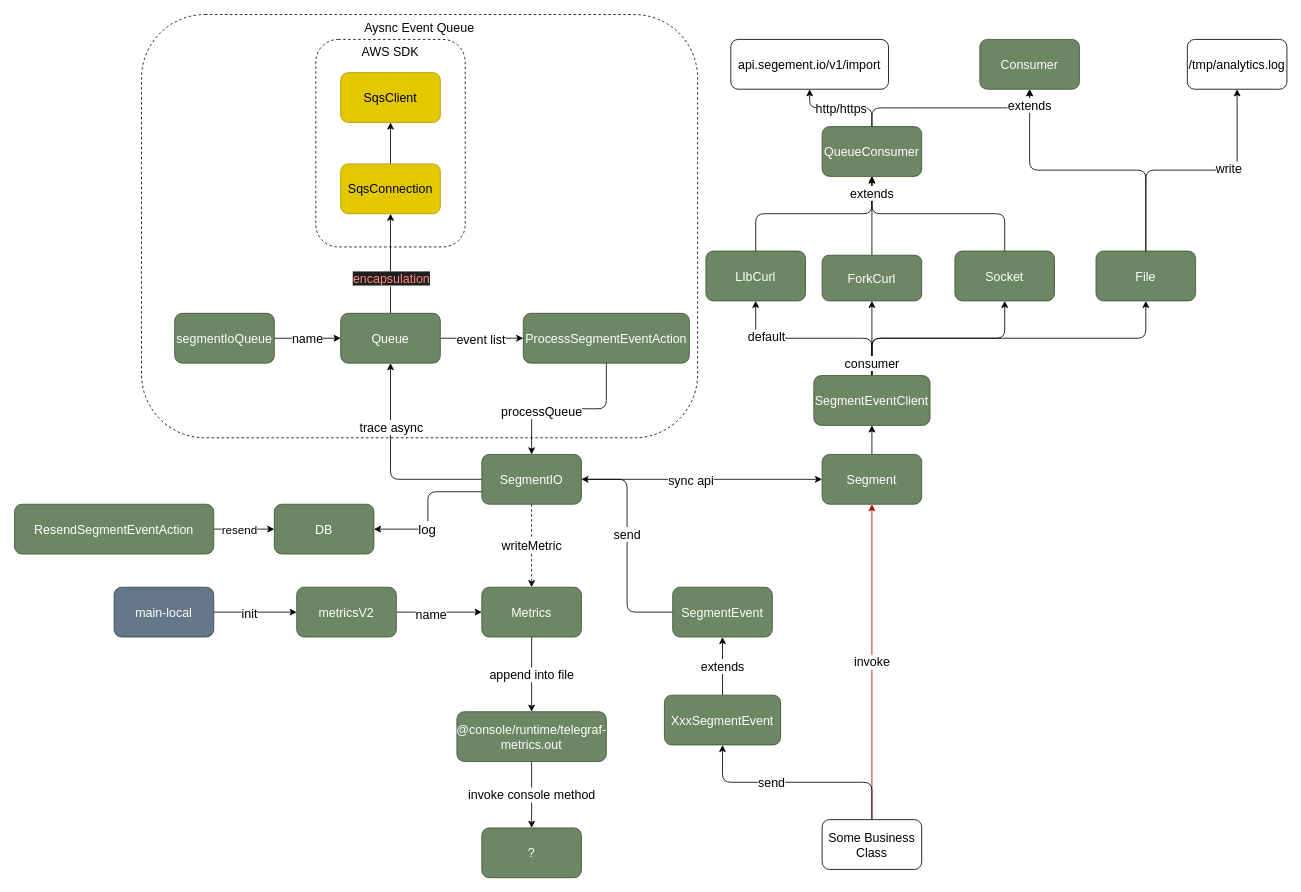
sheldon-pacvue/segmenet-event keeps this draw.io diagram as assets/SegmentEvent.drawio. Above is the earlier version. Source tidied: cells renumbered, new cells numbered last; positions are measured from the earlier drawing's top-left corner, leaving out a move shared by most shapes. Both pictures are drawn from the tidied source at 83%, with x=0, y=0 at pixel (14, 14).
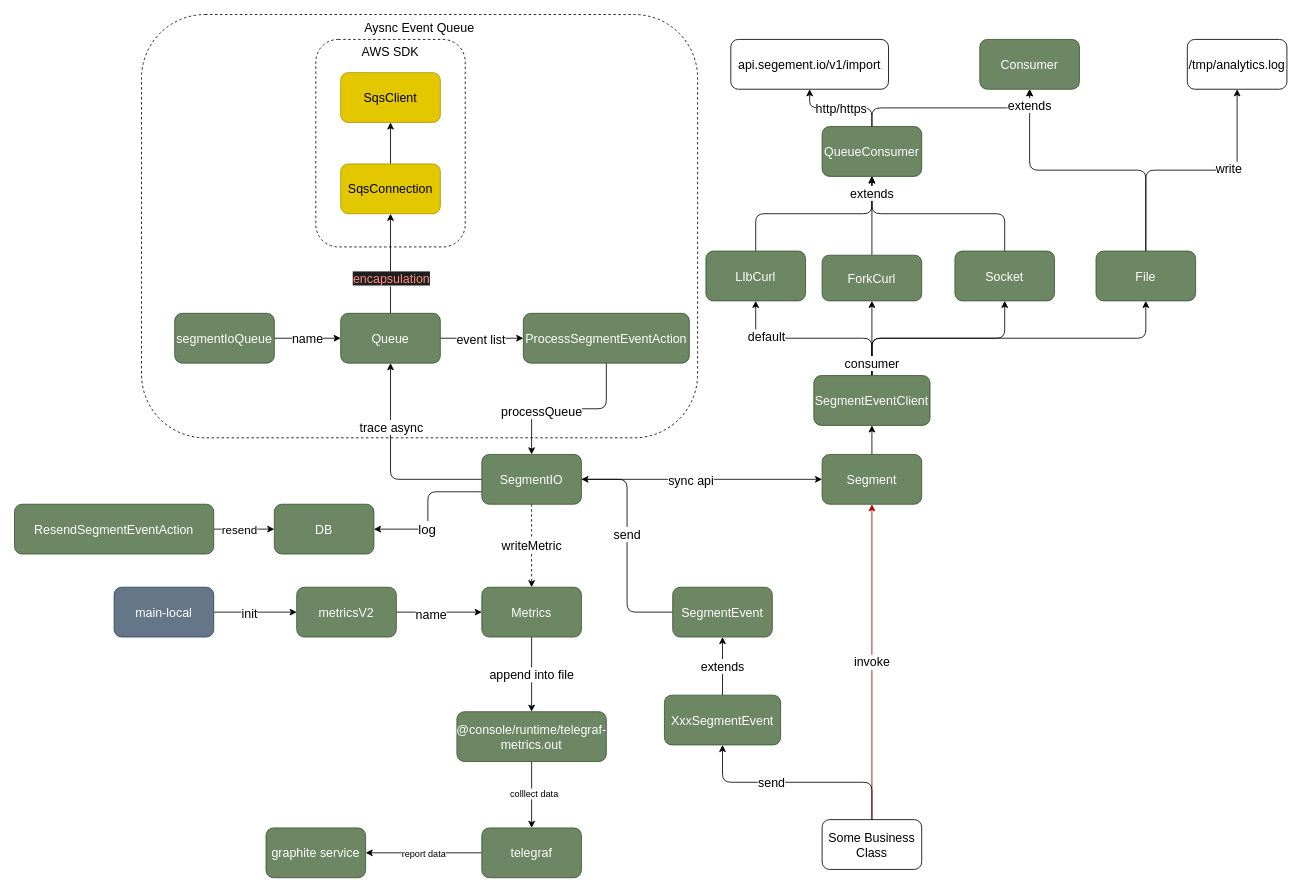
The same diagram, later.

Unchanged cells that the change refers to:
```xml
<mxCell id="45" value="@console/runtime/telegraf-metrics.out" style="rounded=1;whiteSpace=wrap;html=1;fillColor=#6d8764;fontColor=#ffffff;strokeColor=#3A5431;fontSize=15;" parent="1" vertex="1">
  <mxGeometry x="533" y="840" width="180" height="60" as="geometry" />
</mxCell>
```

What changed in the source:
```diff
@@
-    <mxCell id="44" value="invoke console method" style="edgeStyle=orthogonalEdgeStyle;html=1;endArrow=classic;endFill=1;fontSize=15;" parent="1" edge="1" source="45" target="46">
+    <mxCell id="44" style="edgeStyle=orthogonalEdgeStyle;rounded=0;jettySize=auto;html=1;exitX=0.5;exitY=1;exitDx=0;exitDy=0;" parent="1" edge="1" source="45" target="46">
       <mxGeometry relative="1" as="geometry" />
     </mxCell>
+    <mxCell id="73" value="colllect data" style="edgeLabel;html=1;align=center;verticalAlign=middle;" parent="44" vertex="1">
+      <mxGeometry x="-0.05" y="2" relative="1" as="geometry" />
+    </mxCell>
@@
+    <mxCell id="74" style="edgeStyle=orthogonalEdgeStyle;rounded=0;jettySize=auto;html=1;entryX=1;entryY=0.5;entryDx=0;entryDy=0;" parent="1" edge="1" source="46" target="76">
+      <mxGeometry relative="1" as="geometry" />
+    </mxCell>
+    <mxCell id="75" value="report data" style="edgeLabel;html=1;align=center;verticalAlign=middle;" parent="74" vertex="1">
+      <mxGeometry x="0.15" y="2" relative="1" as="geometry">
+        <mxPoint x="10" y="-2" as="offset" />
+      </mxGeometry>
+    </mxCell>
-    <mxCell id="46" value="?" style="rounded=1;whiteSpace=wrap;html=1;fillColor=#6d8764;fontColor=#ffffff;strokeColor=#3A5431;fontSize=15;" parent="1" vertex="1">
+    <mxCell id="46" value="telegraf" style="rounded=1;whiteSpace=wrap;html=1;fillColor=#6d8764;fontColor=#ffffff;strokeColor=#3A5431;fontSize=15;" parent="1" vertex="1">
       <mxGeometry x="563" y="980" width="120" height="60" as="geometry" />
     </mxCell>
@@
+    <mxCell id="76" value="graphite service" style="rounded=1;whiteSpace=wrap;html=1;fillColor=#6d8764;fontColor=#ffffff;strokeColor=#3A5431;fontSize=15;" parent="1" vertex="1">
+      <mxGeometry x="303" y="980" width="120" height="60" as="geometry" />
+    </mxCell>
```
